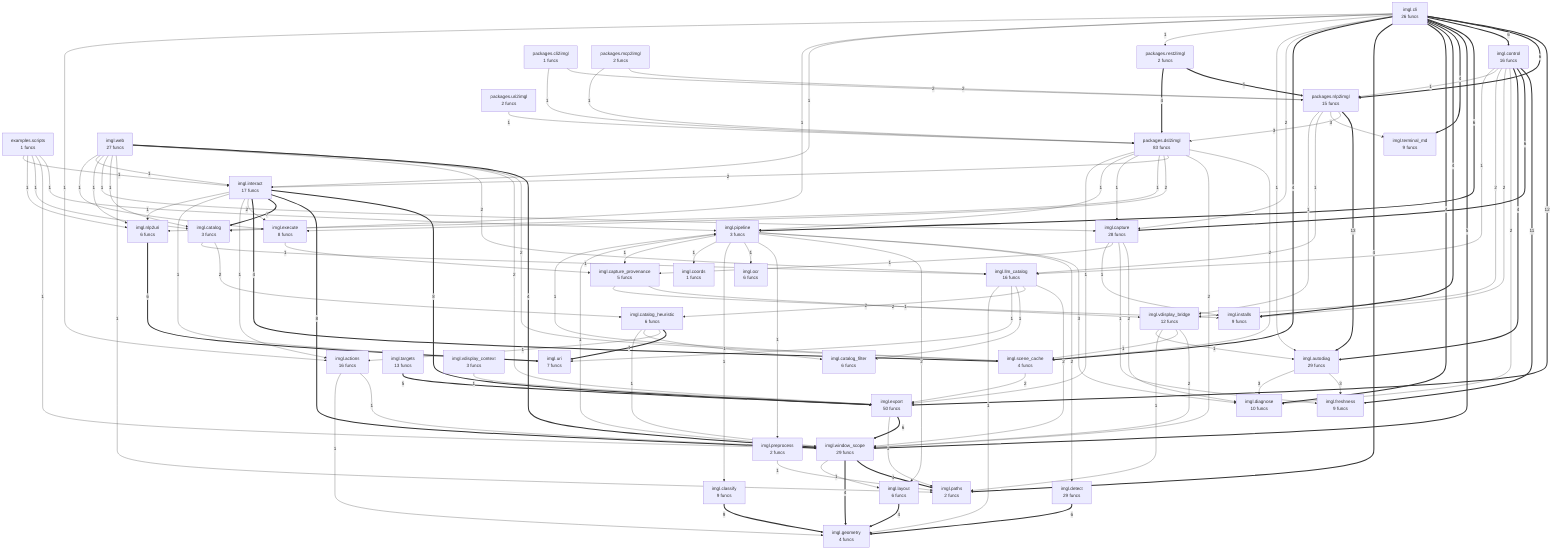
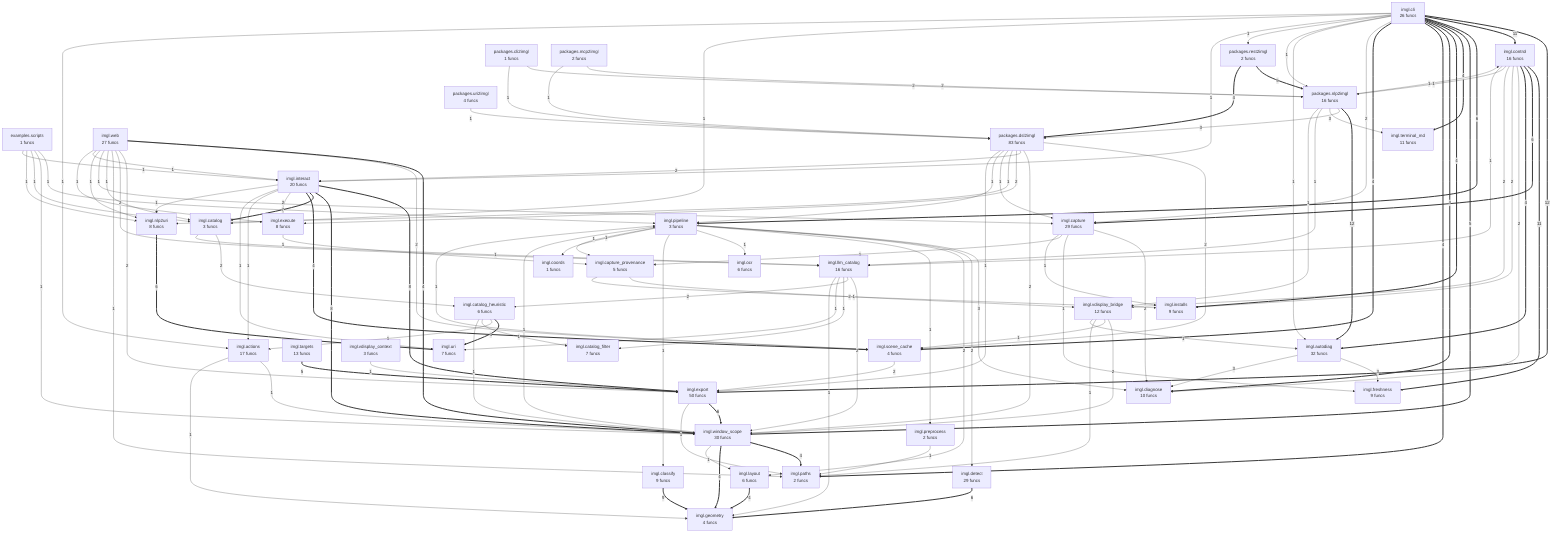
flowchart TD
%% generated in 0.03s
    examples__scripts["examples.scripts<br/>1 funcs"]
-     imgl__actions["imgl.actions<br/>16 funcs"]
-     imgl__autodiag["imgl.autodiag<br/>29 funcs"]
-     imgl__capture["imgl.capture<br/>28 funcs"]
+     imgl__actions["imgl.actions<br/>17 funcs"]
+     imgl__autodiag["imgl.autodiag<br/>32 funcs"]
+     imgl__capture["imgl.capture<br/>29 funcs"]
    imgl__capture_provenance["imgl.capture_provenance<br/>5 funcs"]
    imgl__catalog["imgl.catalog<br/>3 funcs"]
-     imgl__catalog_filter["imgl.catalog_filter<br/>6 funcs"]
+     imgl__catalog_filter["imgl.catalog_filter<br/>7 funcs"]
    imgl__catalog_heuristic["imgl.catalog_heuristic<br/>6 funcs"]
    imgl__classify["imgl.classify<br/>9 funcs"]
    imgl__cli["imgl.cli<br/>26 funcs"]
    imgl__control["imgl.control<br/>16 funcs"]
    imgl__coords["imgl.coords<br/>1 funcs"]
    imgl__detect["imgl.detect<br/>29 funcs"]
    imgl__diagnose["imgl.diagnose<br/>10 funcs"]
    imgl__execute["imgl.execute<br/>8 funcs"]
    imgl__export["imgl.export<br/>50 funcs"]
    imgl__freshness["imgl.freshness<br/>9 funcs"]
    imgl__geometry["imgl.geometry<br/>4 funcs"]
    imgl__installs["imgl.installs<br/>9 funcs"]
-     imgl__interact["imgl.interact<br/>17 funcs"]
+     imgl__interact["imgl.interact<br/>20 funcs"]
    imgl__layout["imgl.layout<br/>6 funcs"]
    imgl__llm_catalog["imgl.llm_catalog<br/>16 funcs"]
-     imgl__nlp2uri["imgl.nlp2uri<br/>6 funcs"]
+     imgl__nlp2uri["imgl.nlp2uri<br/>8 funcs"]
    imgl__ocr["imgl.ocr<br/>6 funcs"]
    imgl__paths["imgl.paths<br/>2 funcs"]
    imgl__pipeline["imgl.pipeline<br/>3 funcs"]
    imgl__preprocess["imgl.preprocess<br/>2 funcs"]
    imgl__scene_cache["imgl.scene_cache<br/>4 funcs"]
    imgl__targets["imgl.targets<br/>13 funcs"]
-     imgl__terminal_md["imgl.terminal_md<br/>9 funcs"]
+     imgl__terminal_md["imgl.terminal_md<br/>11 funcs"]
    imgl__uri["imgl.uri<br/>7 funcs"]
    imgl__vdisplay_bridge["imgl.vdisplay_bridge<br/>12 funcs"]
    imgl__vdisplay_context["imgl.vdisplay_context<br/>3 funcs"]
    imgl__web["imgl.web<br/>27 funcs"]
-     imgl__window_scope["imgl.window_scope<br/>29 funcs"]
+     imgl__window_scope["imgl.window_scope<br/>30 funcs"]
    packages__cli2imgl["packages.cli2imgl<br/>1 funcs"]
    packages__dsl2imgl["packages.dsl2imgl<br/>83 funcs"]
    packages__mcp2imgl["packages.mcp2imgl<br/>2 funcs"]
-     packages__nlp2imgl["packages.nlp2imgl<br/>15 funcs"]
+     packages__nlp2imgl["packages.nlp2imgl<br/>16 funcs"]
    packages__rest2imgl["packages.rest2imgl<br/>2 funcs"]
-     packages__uri2imgl["packages.uri2imgl<br/>2 funcs"]
-     packages__nlp2imgl ==>|13| imgl__autodiag
+     packages__uri2imgl["packages.uri2imgl<br/>4 funcs"]
+     packages__nlp2imgl ==>|12| imgl__autodiag
    imgl__cli ==>|12| imgl__export
+     imgl__cli ==>|11| imgl__control
    imgl__control ==>|11| imgl__freshness
    imgl__classify ==>|9| imgl__geometry
    imgl__interact ==>|8| imgl__export
    imgl__interact ==>|8| imgl__window_scope
    imgl__interact ==>|7| imgl__catalog
-     imgl__nlp2uri ==>|6| imgl__uri
+     imgl__cli ==>|6| imgl__pipeline
    imgl__control ==>|6| imgl__capture
    imgl__export ==>|6| imgl__window_scope
    imgl__detect ==>|6| imgl__geometry
-     imgl__cli ==>|6| packages__nlp2imgl
-     imgl__cli ==>|6| imgl__control
-     imgl__cli ==>|6| imgl__pipeline
+     imgl__nlp2uri ==>|6| imgl__uri
    packages__rest2imgl ==>|5| packages__nlp2imgl
    imgl__cli ==>|5| imgl__window_scope
    imgl__targets ==>|5| imgl__export
    packages__rest2imgl ==>|4| packages__dsl2imgl
-     imgl__interact ==>|4| imgl__scene_cache
-     imgl__layout ==>|4| imgl__geometry
-     imgl__window_scope ==>|4| imgl__paths
-     imgl__window_scope ==>|4| imgl__geometry
-     imgl__control ==>|4| imgl__autodiag
-     imgl__catalog_heuristic ==>|4| imgl__uri
-     imgl__web ==>|4| imgl__window_scope
    imgl__cli ==>|4| imgl__terminal_md
    imgl__cli ==>|4| imgl__installs
    imgl__cli ==>|4| imgl__diagnose
    imgl__cli ==>|4| imgl__paths
    imgl__cli ==>|4| imgl__scene_cache
+     imgl__layout ==>|4| imgl__geometry
+     imgl__control ==>|4| imgl__autodiag
+     imgl__catalog_heuristic ==>|4| imgl__uri
+     imgl__web ==>|4| imgl__window_scope
+     imgl__interact ==>|4| imgl__scene_cache
+     imgl__window_scope ==>|4| imgl__paths
+     imgl__window_scope ==>|4| imgl__geometry
    packages__nlp2imgl -->|3| packages__dsl2imgl
    packages__nlp2imgl -->|3| imgl__terminal_md
    imgl__pipeline -->|3| imgl__diagnose
    imgl__autodiag -->|3| imgl__freshness
    imgl__autodiag -->|3| imgl__diagnose
    packages__cli2imgl -->|2| packages__nlp2imgl
    packages__mcp2imgl -->|2| packages__nlp2imgl
    packages__dsl2imgl -->|2| imgl__scene_cache
    packages__dsl2imgl -->|2| imgl__window_scope
    packages__dsl2imgl -->|2| imgl__interact
    packages__dsl2imgl -->|2| imgl__execute
+     imgl__cli -->|2| imgl__capture
    imgl__scene_cache -->|2| imgl__export
-     imgl__interact -->|2| imgl__execute
    imgl__catalog -->|2| imgl__catalog_heuristic
-     imgl__capture -->|2| imgl__diagnose
    imgl__llm_catalog -->|2| imgl__window_scope
    imgl__llm_catalog -->|2| imgl__catalog_heuristic
    imgl__pipeline -->|2| imgl__detect
    imgl__pipeline -->|2| imgl__layout
    imgl__control -->|2| imgl__diagnose
    imgl__control -->|2| imgl__installs
    imgl__control -->|2| imgl__vdisplay_bridge
    imgl__capture_provenance -->|2| imgl__vdisplay_bridge
    imgl__vdisplay_bridge -->|2| imgl__window_scope
    imgl__web -->|2| imgl__scene_cache
    imgl__web -->|2| imgl__export
    imgl__web -->|2| imgl__llm_catalog
-     imgl__cli -->|2| imgl__capture
+     imgl__interact -->|2| imgl__execute
+     imgl__capture -->|2| imgl__diagnose
    packages__cli2imgl -->|1| packages__dsl2imgl
    packages__uri2imgl -->|1| packages__dsl2imgl
    packages__mcp2imgl -->|1| packages__dsl2imgl
    packages__dsl2imgl -->|1| imgl__nlp2uri
    packages__dsl2imgl -->|1| imgl__capture
    packages__dsl2imgl -->|1| imgl__pipeline
    packages__dsl2imgl -->|1| imgl__export
    packages__nlp2imgl -->|1| imgl__llm_catalog
    packages__nlp2imgl -->|1| imgl__vdisplay_bridge
+     packages__nlp2imgl -->|1| imgl__control
    examples__scripts -->|1| imgl__pipeline
    examples__scripts -->|1| imgl__window_scope
    examples__scripts -->|1| imgl__catalog
    examples__scripts -->|1| imgl__nlp2uri
    examples__scripts -->|1| imgl__interact
+     imgl__cli -->|1| imgl__autodiag
+     imgl__cli -->|1| packages__nlp2imgl
+     imgl__cli -->|1| packages__rest2imgl
+     imgl__cli -->|1| imgl__interact
+     imgl__cli -->|1| imgl__catalog
+     imgl__cli -->|1| imgl__actions
    imgl__scene_cache -->|1| imgl__pipeline
-     imgl__interact -->|1| imgl__actions
-     imgl__interact -->|1| imgl__uri
-     imgl__interact -->|1| imgl__nlp2uri
-     imgl__actions -->|1| imgl__window_scope
-     imgl__actions -->|1| imgl__geometry
    imgl__catalog -->|1| imgl__llm_catalog
-     imgl__capture -->|1| imgl__freshness
-     imgl__capture -->|1| imgl__capture_provenance
-     imgl__capture -->|1| imgl__installs
    imgl__preprocess -->|1| imgl__paths
    imgl__llm_catalog -->|1| imgl__catalog_filter
    imgl__llm_catalog -->|1| imgl__uri
    imgl__llm_catalog -->|1| imgl__geometry
-     imgl__window_scope -->|1| imgl__pipeline
-     imgl__window_scope -->|1| imgl__layout
    imgl__vdisplay_context -->|1| imgl__export
    imgl__execute -->|1| imgl__capture_provenance
    imgl__pipeline -->|1| imgl__preprocess
    imgl__pipeline -->|1| imgl__ocr
    imgl__pipeline -->|1| imgl__classify
    imgl__pipeline -->|1| imgl__coords
    imgl__pipeline -->|1| imgl__capture_provenance
    imgl__control -->|1| packages__nlp2imgl
    imgl__control -->|1| imgl__llm_catalog
    imgl__capture_provenance -->|1| imgl__installs
    imgl__vdisplay_bridge -->|1| imgl__scene_cache
    imgl__vdisplay_bridge -->|1| imgl__paths
    imgl__vdisplay_bridge -->|1| imgl__autodiag
    imgl__catalog_heuristic -->|1| imgl__actions
    imgl__catalog_heuristic -->|1| imgl__catalog_filter
    imgl__catalog_heuristic -->|1| imgl__window_scope
    imgl__export -->|1| imgl__paths
    imgl__web -->|1| imgl__paths
    imgl__web -->|1| imgl__catalog
    imgl__web -->|1| imgl__capture
    imgl__web -->|1| imgl__nlp2uri
    imgl__web -->|1| imgl__interact
    imgl__web -->|1| imgl__execute
-     imgl__cli -->|1| imgl__autodiag
-     imgl__cli -->|1| packages__rest2imgl
-     imgl__cli -->|1| imgl__interact
-     imgl__cli -->|1| imgl__catalog
-     imgl__cli -->|1| imgl__actions
+     imgl__interact -->|1| imgl__actions
+     imgl__interact -->|1| imgl__uri
+     imgl__interact -->|1| imgl__nlp2uri
+     imgl__actions -->|1| imgl__window_scope
+     imgl__actions -->|1| imgl__geometry
+     imgl__capture -->|1| imgl__freshness
+     imgl__capture -->|1| imgl__capture_provenance
+     imgl__capture -->|1| imgl__installs
+     imgl__window_scope -->|1| imgl__pipeline
+     imgl__window_scope -->|1| imgl__layout
